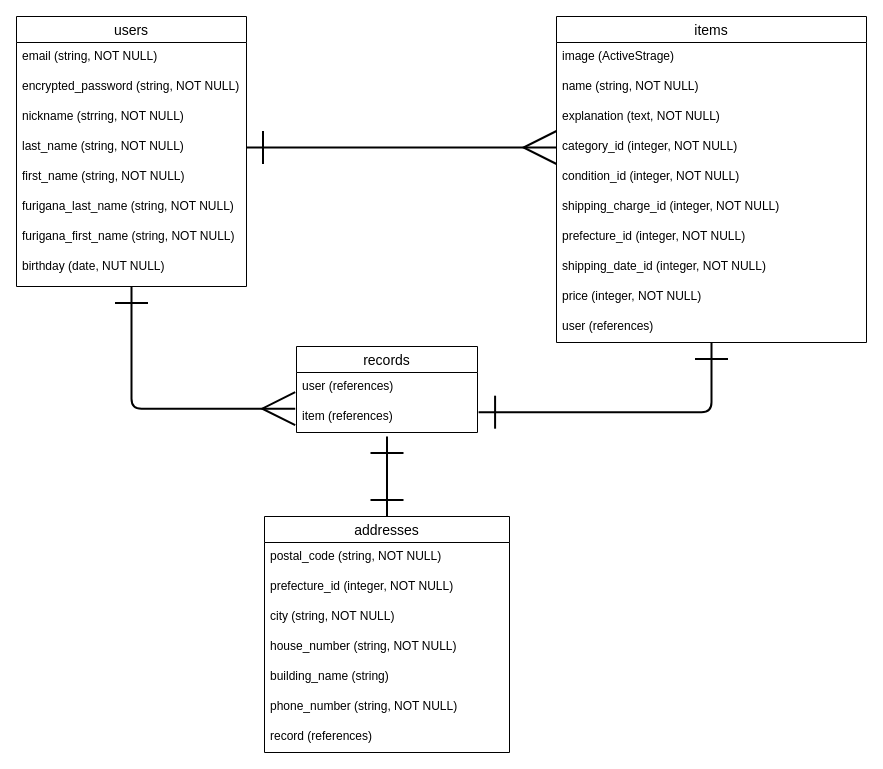
Earlier version of the draw.io diagram ER.dio (Mizuki-hhh/furima-33010). Source tidied: cells renumbered, new cells numbered last; positions are measured from the earlier drawing's top-left corner, leaving out a move shared by most shapes. Both pictures are drawn from the tidied source at 100%, with x=0, y=0 at pixel (16, 16).
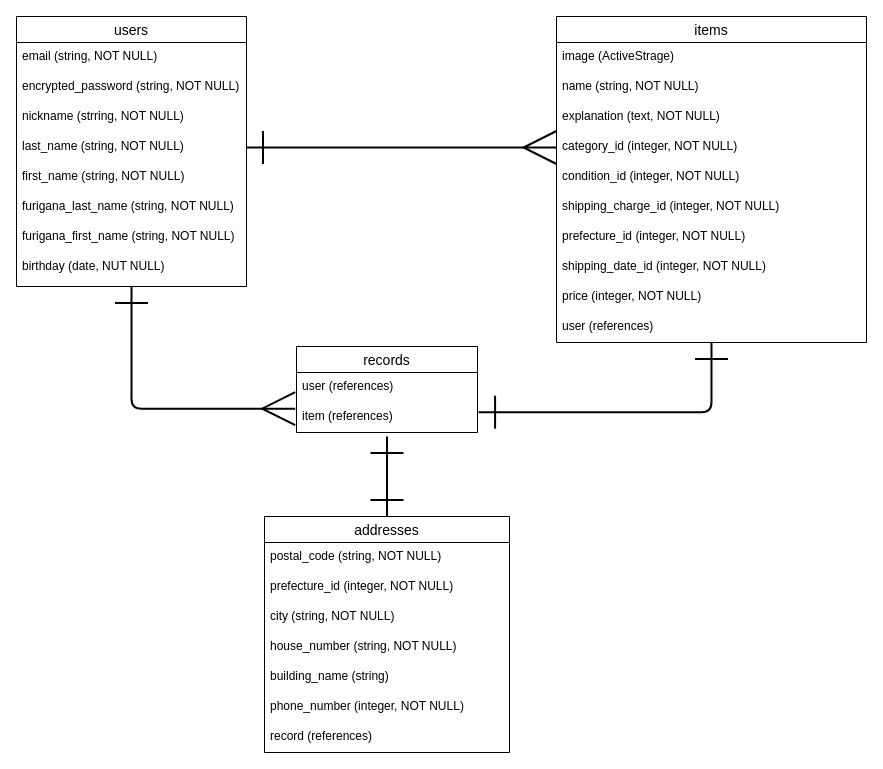
The same diagram, later.

The change refers to these unchanged cells:
```xml
<mxCell id="28" value="addresses" style="swimlane;fontStyle=0;horizontal=1;startSize=26;align=center;fontSize=14;fillColor=none;" parent="1" vertex="1">
  <mxGeometry x="248" y="500" width="245" height="236" as="geometry" />
</mxCell>
```

What changed in the source:
```diff
@@
-    <mxCell id="34" value="phone_number (string, NOT NULL)" style="text;strokeColor=none;fillColor=none;spacingLeft=4;spacingRight=4;overflow=hidden;fontSize=12;" parent="28" vertex="1">
+    <mxCell id="34" value="phone_number (integer, NOT NULL)" style="text;strokeColor=none;fillColor=none;spacingLeft=4;spacingRight=4;overflow=hidden;fontSize=12;" parent="28" vertex="1">
       <mxGeometry y="176" width="245" height="30" as="geometry" />
     </mxCell>
```
